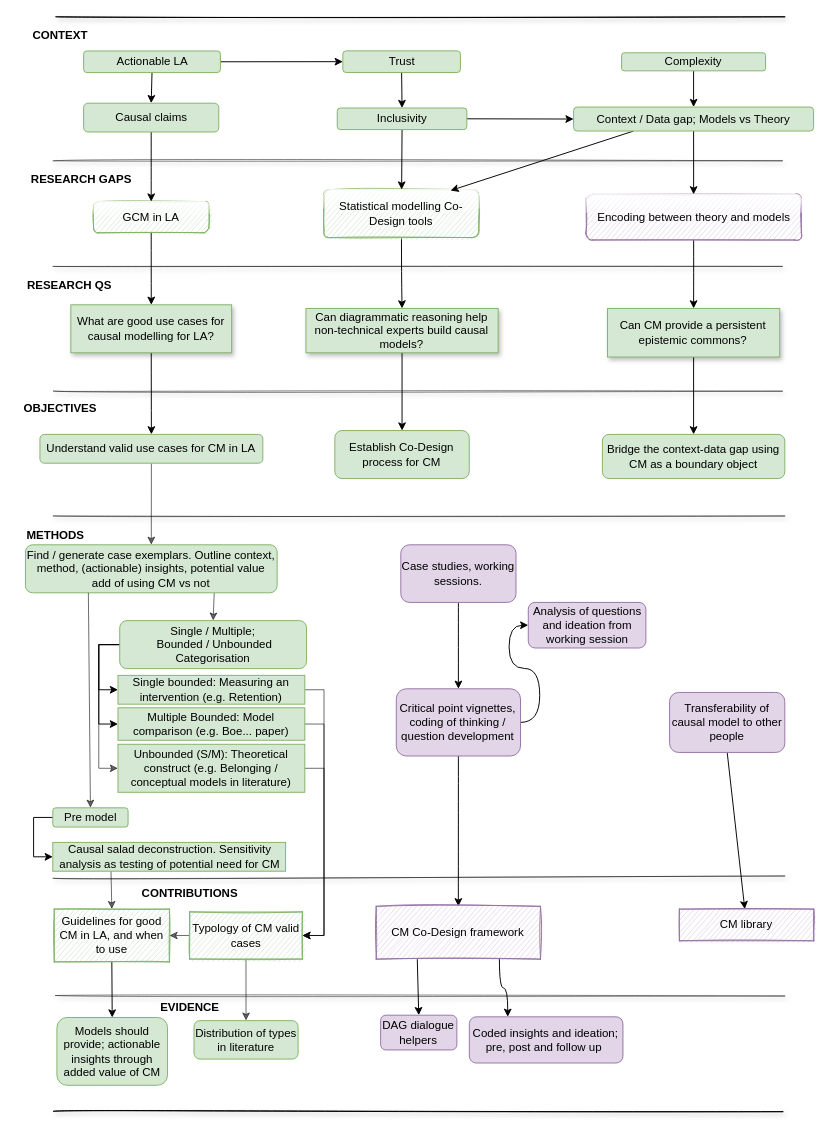
The draw.io diagram page "Page-5" (5 of 5) of Thesis diagram.drawio in benwhicks/phd, before the edit. Source tidied: cells renumbered, new cells numbered last; positions are measured from the earlier drawing's top-left corner, leaving out a move shared by most shapes. Both pictures are drawn from the tidied source at 96%, with x=0, y=0 at pixel (16, 16).
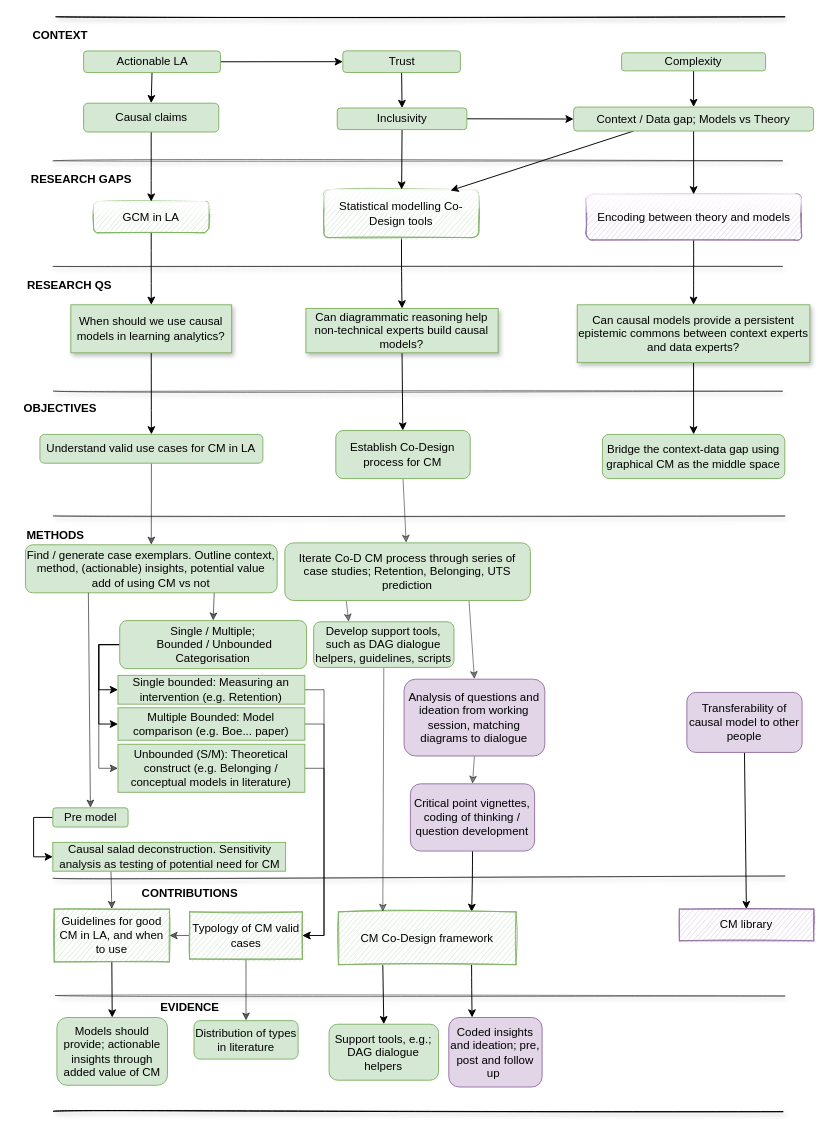
Above is the later version.

What changed in the source:
```diff
@@
-    <mxCell id="6" value="Can CM provide a persistent epistemic commons?" style="rounded=0;whiteSpace=wrap;html=1;fillColor=#d5e8d4;strokeColor=#82b366;glass=0;sketch=0;shadow=1;" parent="1" vertex="1">
-      <mxGeometry x="615.3" y="303.8" width="179.4" height="50.6" as="geometry" />
+    <mxCell id="6" value="Can causal models provide a persistent epistemic commons between context experts and data experts?" style="rounded=0;whiteSpace=wrap;html=1;fillColor=#d5e8d4;strokeColor=#82b366;glass=0;sketch=0;shadow=1;" parent="1" vertex="1">
+      <mxGeometry x="583.8" y="300" width="242.3" height="60" as="geometry" />
     </mxCell>
+    <mxCell id="88" style="edgeStyle=none;rounded=0;jumpStyle=none;jettySize=auto;html=1;exitX=0.5;exitY=1;exitDx=0;exitDy=0;entryX=0.5;entryY=0;entryDx=0;entryDy=0;fontFamily=Helvetica;fontSize=12;opacity=50;" parent="1" edge="1" source="7" target="33">
+      <mxGeometry relative="1" as="geometry" />
+    </mxCell>
-    <mxCell id="7" value="Analysis of questions and ideation from working session" style="rounded=1;whiteSpace=wrap;html=1;fillColor=#e1d5e7;strokeColor=#9673a6;" parent="1" vertex="1">
-      <mxGeometry x="532.8" y="610" width="122.5" height="47.5" as="geometry" />
+    <mxCell id="7" value="Analysis of questions and ideation from working session, matching diagrams to dialogue" style="rounded=1;whiteSpace=wrap;html=1;fillColor=#e1d5e7;strokeColor=#9673a6;" parent="1" vertex="1">
+      <mxGeometry x="403.4" y="690" width="146.6" height="80" as="geometry" />
     </mxCell>
@@
-    <mxCell id="23" value="What are good use cases for causal modelling for LA?" style="whiteSpace=wrap;html=1;fillColor=#d5e8d4;strokeColor=#82b366;sketch=0;shadow=1;" parent="1" vertex="1">
+    <mxCell id="23" value="When should we use causal models in learning analytics?" style="whiteSpace=wrap;html=1;fillColor=#d5e8d4;strokeColor=#82b366;sketch=0;shadow=1;" parent="1" vertex="1">
       <mxGeometry x="56.3" y="300" width="167.5" height="50" as="geometry" />
     </mxCell>
@@
-    <mxCell id="26" style="edgeStyle=orthogonalEdgeStyle;curved=1;rounded=0;sketch=0;jettySize=auto;html=1;exitX=0.5;exitY=1;exitDx=0;exitDy=0;startArrow=none;startFill=0;endArrow=classic;endFill=1;" parent="1" edge="1" source="27" target="33">
-      <mxGeometry relative="1" as="geometry" />
-    </mxCell>
+    <mxCell id="89" style="edgeStyle=none;rounded=0;jumpStyle=none;jettySize=auto;html=1;exitX=0.25;exitY=1;exitDx=0;exitDy=0;entryX=0.25;entryY=0;entryDx=0;entryDy=0;fontFamily=Helvetica;fontSize=12;opacity=50;" parent="1" edge="1" source="27" target="93">
+      <mxGeometry relative="1" as="geometry" />
+    </mxCell>
+    <mxCell id="90" style="edgeStyle=none;rounded=0;jumpStyle=none;jettySize=auto;html=1;exitX=0.75;exitY=1;exitDx=0;exitDy=0;entryX=0.5;entryY=0;entryDx=0;entryDy=0;fontFamily=Helvetica;fontSize=12;opacity=50;" parent="1" edge="1" source="27" target="7">
+      <mxGeometry relative="1" as="geometry" />
+    </mxCell>
-    <mxCell id="27" value="Case studies, working sessions." style="rounded=1;whiteSpace=wrap;html=1;fillColor=#e1d5e7;strokeColor=#9673a6;" parent="1" vertex="1">
-      <mxGeometry x="400" y="550" width="120" height="60" as="geometry" />
+    <mxCell id="27" value="Iterate Co-D CM process through series of case studies; Retention, Belonging, UTS prediction" style="rounded=1;whiteSpace=wrap;html=1;fillColor=#d5e8d4;strokeColor=#82b366;" parent="1" vertex="1">
+      <mxGeometry x="279.2" y="548" width="255.8" height="60" as="geometry" />
     </mxCell>
@@
-    <mxCell id="31" style="edgeStyle=orthogonalEdgeStyle;curved=1;rounded=0;sketch=0;jettySize=auto;html=1;exitX=0.5;exitY=1;exitDx=0;exitDy=0;startArrow=none;startFill=0;endArrow=classic;endFill=1;entryX=0.5;entryY=0;entryDx=0;entryDy=0;" parent="1" edge="1" source="33" target="50">
+    <mxCell id="31" style="edgeStyle=orthogonalEdgeStyle;curved=1;rounded=0;sketch=0;jettySize=auto;html=1;exitX=0.5;exitY=1;exitDx=0;exitDy=0;startArrow=none;startFill=0;endArrow=classic;endFill=1;entryX=0.75;entryY=0;entryDx=0;entryDy=0;" parent="1" edge="1" source="33" target="50">
       <mxGeometry relative="1" as="geometry" />
     </mxCell>
-    <mxCell id="32" style="edgeStyle=orthogonalEdgeStyle;rounded=0;sketch=0;jettySize=auto;html=1;exitX=1;exitY=0.5;exitDx=0;exitDy=0;entryX=0;entryY=0.5;entryDx=0;entryDy=0;curved=1;" parent="1" edge="1" source="33" target="7">
-      <mxGeometry relative="1" as="geometry" />
-    </mxCell>
     <mxCell id="33" value="Critical point vignettes, coding of thinking / question development" style="whiteSpace=wrap;html=1;rounded=1;shadow=0;glass=0;sketch=0;fillColor=#e1d5e7;strokeColor=#9673a6;" parent="1" vertex="1">
-      <mxGeometry x="395.3" y="700" width="129.4" height="70" as="geometry" />
+      <mxGeometry x="410" y="799" width="129.4" height="70" as="geometry" />
     </mxCell>
@@
-    <mxCell id="50" value="CM Co-Design framework" style="whiteSpace=wrap;html=1;rounded=0;shadow=0;glass=0;sketch=1;fillColor=#e1d5e7;strokeColor=#9673a6;" parent="1" vertex="1">
-      <mxGeometry x="374.4" y="926.6" width="171.1" height="55" as="geometry" />
+    <mxCell id="50" value="CM Co-Design framework" style="whiteSpace=wrap;html=1;rounded=0;shadow=0;glass=0;sketch=1;fillColor=#d5e8d4;strokeColor=#82b366;" parent="1" vertex="1">
+      <mxGeometry x="335" y="932.4" width="185" height="55" as="geometry" />
     </mxCell>
@@
-    <mxCell id="57" value="DAG dialogue helpers" style="rounded=1;whiteSpace=wrap;html=1;sketch=0;fillColor=#e1d5e7;strokeColor=#9673a6;shadow=0;" parent="1" vertex="1">
-      <mxGeometry x="379" y="1040" width="79.4" height="36.2" as="geometry" />
+    <mxCell id="57" value="Support tools, e.g.; DAG dialogue helpers" style="rounded=1;whiteSpace=wrap;html=1;sketch=0;fillColor=#d5e8d4;strokeColor=#82b366;shadow=0;" parent="1" vertex="1">
+      <mxGeometry x="325.3" y="1049.4" width="114" height="58.3" as="geometry" />
     </mxCell>
     <mxCell id="58" value="Coded insights and ideation; pre, post and follow up&amp;nbsp;" style="rounded=1;whiteSpace=wrap;html=1;sketch=0;fillColor=#e1d5e7;strokeColor=#9673a6;shadow=0;" parent="1" vertex="1">
-      <mxGeometry x="471.4" y="1041.7" width="160" height="48.1" as="geometry" />
+      <mxGeometry x="450" y="1042.4" width="97.2" height="72.4" as="geometry" />
     </mxCell>
@@
     <mxCell id="60" value="Transferability of causal model to other people" style="whiteSpace=wrap;html=1;rounded=1;shadow=0;glass=0;sketch=0;fillColor=#e1d5e7;strokeColor=#9673a6;" parent="1" vertex="1">
-      <mxGeometry x="680" y="703.8" width="120" height="62.5" as="geometry" />
+      <mxGeometry x="698" y="703.8" width="120" height="62.5" as="geometry" />
     </mxCell>
@@
-    <mxCell id="75" value="Bridge the context-data gap using CM as a boundary object" style="rounded=1;whiteSpace=wrap;html=1;fillColor=#d5e8d4;strokeColor=#82b366;" parent="1" vertex="1">
+    <mxCell id="75" value="Bridge the context-data gap using graphical CM as the middle space" style="rounded=1;whiteSpace=wrap;html=1;fillColor=#d5e8d4;strokeColor=#82b366;" parent="1" vertex="1">
       <mxGeometry x="610" y="435" width="190" height="46" as="geometry" />
     </mxCell>
+    <mxCell id="91" style="edgeStyle=none;rounded=0;jumpStyle=none;jettySize=auto;html=1;exitX=0.5;exitY=1;exitDx=0;exitDy=0;fontFamily=Helvetica;fontSize=12;opacity=50;" parent="1" edge="1" source="76" target="27">
+      <mxGeometry relative="1" as="geometry" />
+    </mxCell>
     <mxCell id="76" value="Establish Co-Design process for CM" style="rounded=1;whiteSpace=wrap;html=1;fillColor=#d5e8d4;strokeColor=#82b366;" parent="1" vertex="1">
-      <mxGeometry x="331.3" y="431" width="140" height="50" as="geometry" />
+      <mxGeometry x="332.3" y="431" width="140" height="50" as="geometry" />
     </mxCell>
@@
+    <mxCell id="92" style="edgeStyle=none;rounded=0;jumpStyle=none;jettySize=auto;html=1;exitX=0.5;exitY=1;exitDx=0;exitDy=0;entryX=0.25;entryY=0;entryDx=0;entryDy=0;fontFamily=Helvetica;fontSize=12;opacity=50;" parent="1" edge="1" source="93" target="50">
+      <mxGeometry relative="1" as="geometry" />
+    </mxCell>
+    <mxCell id="93" value="Develop support tools, such as DAG dialogue helpers, guidelines, scripts" style="rounded=1;whiteSpace=wrap;html=1;fillColor=#d5e8d4;strokeColor=#82b366;" parent="1" vertex="1">
+      <mxGeometry x="309.2" y="630.2" width="146.2" height="47.5" as="geometry" />
+    </mxCell>
```
